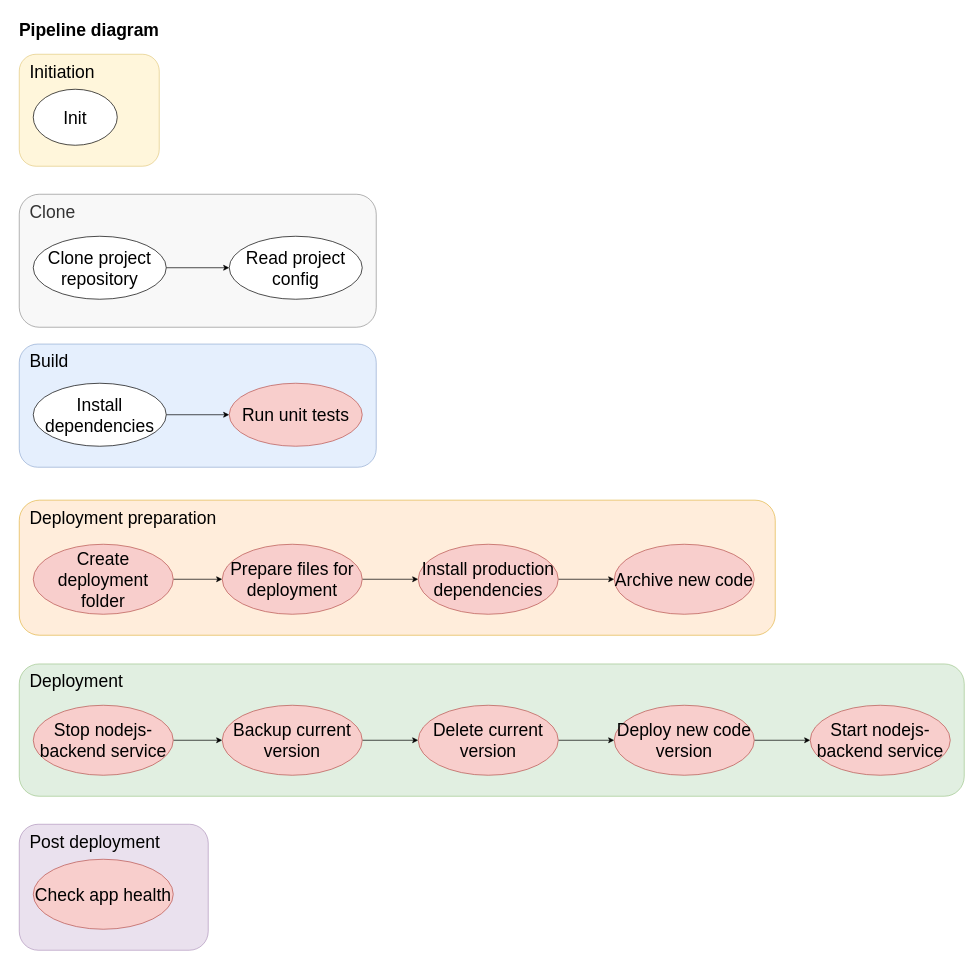
The draw.io diagram diagrams/pipeline-diagram.drawio in DomnMihai/jenkins-pipeline-tutorial__configuration, before the edit. Source tidied: cells renumbered, new cells numbered last; positions are measured from the earlier drawing's top-left corner, leaving out a move shared by most shapes. Both pictures are drawn from the tidied source at 70%, with x=0, y=0 at pixel (12, 12).
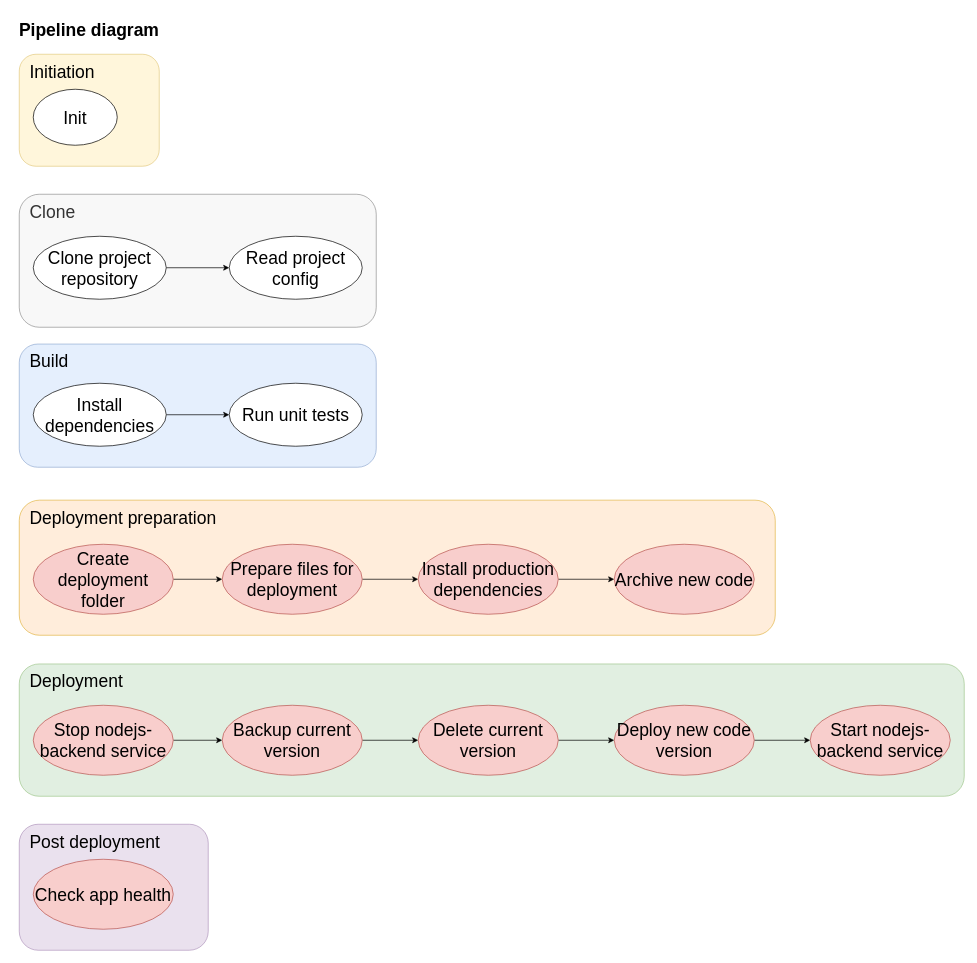
The same page after the edit.

Commit message:
Updated diagram Run unit tests

What changed in the source:
```diff
@@
-    <mxCell id="15" value="Run unit tests" style="ellipse;whiteSpace=wrap;html=1;fontSize=25;fillColor=#f8cecc;strokeColor=#b85450;" parent="1" vertex="1">
+    <mxCell id="15" value="Run unit tests" style="ellipse;whiteSpace=wrap;html=1;fontSize=25;" parent="1" vertex="1">
       <mxGeometry x="310" y="530" width="190" height="90" as="geometry" />
     </mxCell>
```
